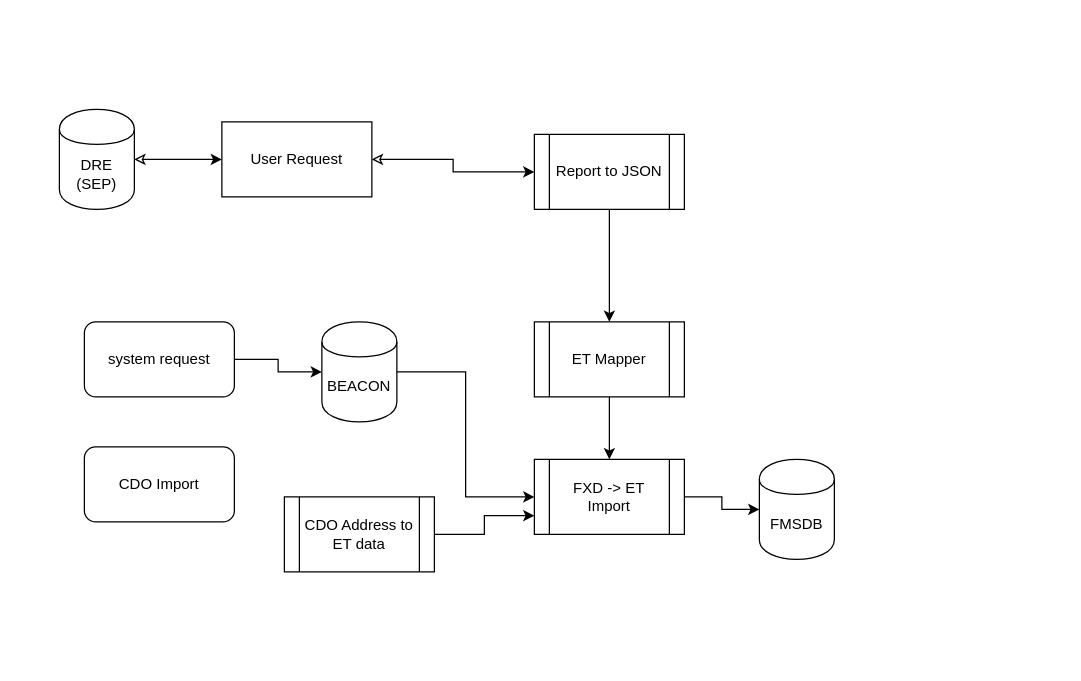
Above: beaconfms.drawio in mattybee/WorkPrjs (draw.io), before the change. Source tidied: cells renumbered, new cells numbered last; positions are measured from the earlier drawing's top-left corner, leaving out a move shared by most shapes. Both pictures are drawn from the tidied source at 125%, with x=0, y=0 at pixel (59, 109).
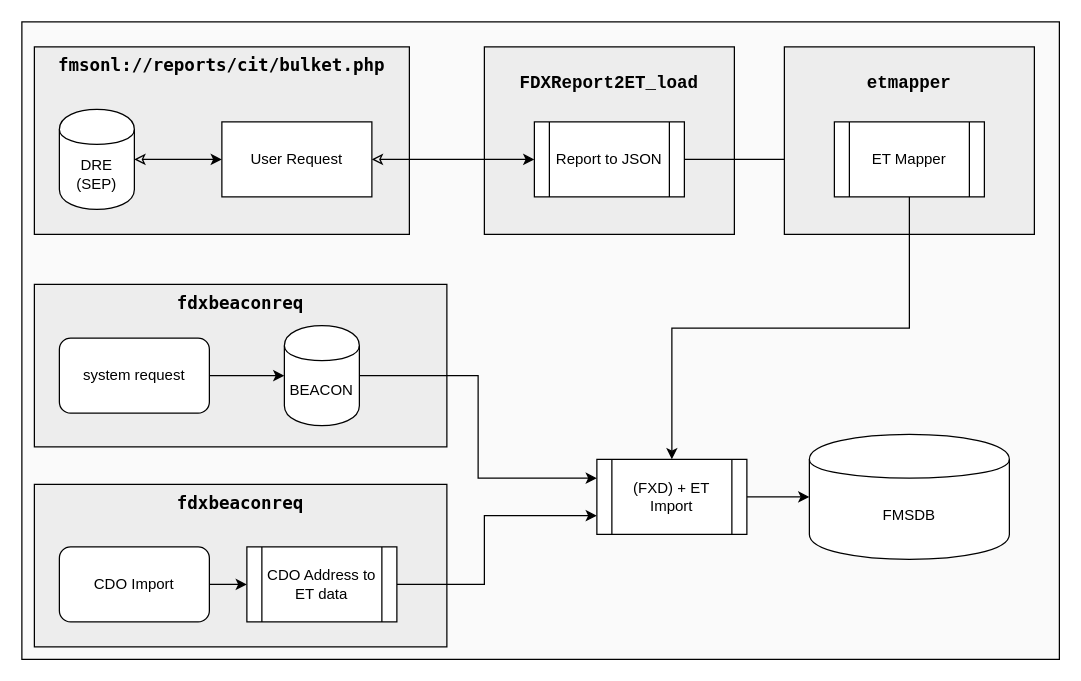
The same page after the edit.

Diff of the diagram source:
```diff
@@
+    <mxCell id="20" style="rounded=0;whiteSpace=wrap;html=1;fontFamily=Lucida Console;fontSize=14;fillColor=#FAFAFA;" parent="1" vertex="1">
+      <mxGeometry x="-30" y="-70" width="830" height="510" as="geometry" />
+    </mxCell>
+    <mxCell id="21" value="fdxbeaconreq" style="rounded=0;whiteSpace=wrap;html=1;fillColor=#EDEDED;fontFamily=Lucida Console;fontSize=14;fontStyle=1;verticalAlign=top;" parent="1" vertex="1">
+      <mxGeometry x="-20" y="300" width="330" height="130" as="geometry" />
+    </mxCell>
+    <mxCell id="22" value="fdxbeaconreq" style="rounded=0;whiteSpace=wrap;html=1;fillColor=#EDEDED;fontFamily=Lucida Console;fontSize=14;fontStyle=1;verticalAlign=top;" parent="1" vertex="1">
+      <mxGeometry x="-20" y="140" width="330" height="130" as="geometry" />
+    </mxCell>
+    <mxCell id="23" value="fmsonl://reports/cit/bulket.php" style="rounded=0;whiteSpace=wrap;html=1;fillColor=#EDEDED;fontSize=14;fontFamily=Lucida Console;verticalAlign=top;fontStyle=1;" parent="1" vertex="1">
+      <mxGeometry x="-20" y="-50" width="300" height="150" as="geometry" />
+    </mxCell>
+    <mxCell id="24" value="&lt;pre style=&quot;font-size: 14px;&quot;&gt;FDXReport2ET_load&lt;/pre&gt;" style="rounded=0;whiteSpace=wrap;html=1;verticalAlign=top;fontStyle=1;fontSize=14;fillColor=#EDEDED;" parent="1" vertex="1">
+      <mxGeometry x="340" y="-50" width="200" height="150" as="geometry" />
+    </mxCell>
@@
     <mxCell id="5" value="system request" style="rounded=1;whiteSpace=wrap;html=1;" parent="1" vertex="1">
-      <mxGeometry x="20" y="170" width="120" height="60" as="geometry" />
+      <mxGeometry y="183" width="120" height="60" as="geometry" />
     </mxCell>
+    <mxCell id="25" style="edgeStyle=orthogonalEdgeStyle;rounded=0;jettySize=auto;html=1;exitX=1;exitY=0.5;exitDx=0;exitDy=0;startArrow=none;startFill=0;fontFamily=Lucida Console;fontSize=14;" parent="1" edge="1" source="6" target="17">
+      <mxGeometry relative="1" as="geometry" />
+    </mxCell>
     <mxCell id="6" value="CDO Import" style="rounded=1;whiteSpace=wrap;html=1;" parent="1" vertex="1">
-      <mxGeometry x="20" y="270" width="120" height="60" as="geometry" />
+      <mxGeometry y="350" width="120" height="60" as="geometry" />
     </mxCell>
-    <mxCell id="7" style="edgeStyle=orthogonalEdgeStyle;rounded=0;jettySize=auto;html=1;entryX=0.5;entryY=0;entryDx=0;entryDy=0;" parent="1" edge="1" source="8" target="18">
-      <mxGeometry relative="1" as="geometry" />
-    </mxCell>
-    <mxCell id="8" value="ET Mapper" style="shape=process;whiteSpace=wrap;html=1;backgroundOutline=1;" parent="1" vertex="1">
-      <mxGeometry x="380" y="170" width="120" height="60" as="geometry" />
-    </mxCell>
-    <mxCell id="9" style="edgeStyle=orthogonalEdgeStyle;rounded=0;jettySize=auto;html=1;entryX=0.5;entryY=0;entryDx=0;entryDy=0;startArrow=none;startFill=0;" parent="1" edge="1" source="10" target="8">
+    <mxCell id="9" style="edgeStyle=orthogonalEdgeStyle;rounded=0;jettySize=auto;html=1;exitX=1;exitY=0.5;exitDx=0;exitDy=0;entryX=0;entryY=0.5;entryDx=0;entryDy=0;startArrow=none;startFill=0;fontFamily=Lucida Console;fontSize=14;" parent="1" edge="1" source="10" target="8">
       <mxGeometry relative="1" as="geometry" />
     </mxCell>
     <mxCell id="10" value="Report to JSON" style="shape=process;whiteSpace=wrap;html=1;backgroundOutline=1;" parent="1" vertex="1">
-      <mxGeometry x="380" y="20" width="120" height="60" as="geometry" />
+      <mxGeometry x="380" y="10" width="120" height="60" as="geometry" />
     </mxCell>
@@
+    <mxCell id="19" style="edgeStyle=orthogonalEdgeStyle;rounded=0;jettySize=auto;html=1;exitX=1;exitY=0.5;exitDx=0;exitDy=0;entryX=0;entryY=0.25;entryDx=0;entryDy=0;startArrow=none;startFill=0;fontFamily=Lucida Console;fontSize=14;" parent="1" edge="1" source="14" target="18">
+      <mxGeometry relative="1" as="geometry" />
+    </mxCell>
     <mxCell id="14" value="BEACON" style="shape=cylinder;whiteSpace=wrap;html=1;boundedLbl=1;backgroundOutline=1;" parent="1" vertex="1">
-      <mxGeometry x="210" y="170" width="60" height="80" as="geometry" />
+      <mxGeometry x="180" y="173" width="60" height="80" as="geometry" />
     </mxCell>
     <mxCell id="15" value="FMSDB" style="shape=cylinder;whiteSpace=wrap;html=1;boundedLbl=1;backgroundOutline=1;" parent="1" vertex="1">
-      <mxGeometry x="560" y="280" width="60" height="80" as="geometry" />
+      <mxGeometry x="600" y="260" width="160" height="100" as="geometry" />
     </mxCell>
     <mxCell id="16" style="edgeStyle=orthogonalEdgeStyle;rounded=0;jettySize=auto;html=1;entryX=0;entryY=0.75;entryDx=0;entryDy=0;" parent="1" edge="1" source="17" target="18">
-      <mxGeometry relative="1" as="geometry" />
+      <mxGeometry relative="1" as="geometry">
+        <Array as="points">
+          <mxPoint x="340" y="380" />
+          <mxPoint x="340" y="325" />
+        </Array>
+      </mxGeometry>
     </mxCell>
     <mxCell id="17" value="CDO Address to ET data" style="shape=process;whiteSpace=wrap;html=1;backgroundOutline=1;" parent="1" vertex="1">
-      <mxGeometry x="180" y="310" width="120" height="60" as="geometry" />
+      <mxGeometry x="150" y="350" width="120" height="60" as="geometry" />
     </mxCell>
-    <mxCell id="18" value="FXD -&amp;gt; ET Import" style="shape=process;whiteSpace=wrap;html=1;backgroundOutline=1;" parent="1" vertex="1">
-      <mxGeometry x="380" y="280" width="120" height="60" as="geometry" />
+    <mxCell id="18" value="(FXD) + ET Import" style="shape=process;whiteSpace=wrap;html=1;backgroundOutline=1;" parent="1" vertex="1">
+      <mxGeometry x="430" y="280" width="120" height="60" as="geometry" />
     </mxCell>
-    <mxCell id="19" style="edgeStyle=orthogonalEdgeStyle;rounded=0;jettySize=auto;html=1;entryX=0;entryY=0.5;entryDx=0;entryDy=0;" parent="1" edge="1" source="14" target="18">
-      <mxGeometry relative="1" as="geometry" />
-    </mxCell>
+    <mxCell id="26" value="&lt;pre style=&quot;font-size: 14px&quot;&gt;etmapper&lt;/pre&gt;" style="rounded=0;whiteSpace=wrap;html=1;verticalAlign=top;fontStyle=1;fontSize=14;fillColor=#EDEDED;" parent="1" vertex="1">
+      <mxGeometry x="580" y="-50" width="200" height="150" as="geometry" />
+    </mxCell>
+    <mxCell id="8" value="ET Mapper" style="shape=process;whiteSpace=wrap;html=1;backgroundOutline=1;" parent="1" vertex="1">
+      <mxGeometry x="620" y="10" width="120" height="60" as="geometry" />
+    </mxCell>
+    <mxCell id="7" style="edgeStyle=orthogonalEdgeStyle;rounded=0;jettySize=auto;html=1;entryX=0.5;entryY=0;entryDx=0;entryDy=0;startArrow=none;startFill=0;fontFamily=Lucida Console;fontSize=14;exitX=0.5;exitY=1;exitDx=0;exitDy=0;" parent="1" edge="1" source="8" target="18">
+      <mxGeometry relative="1" as="geometry" />
+    </mxCell>
```
